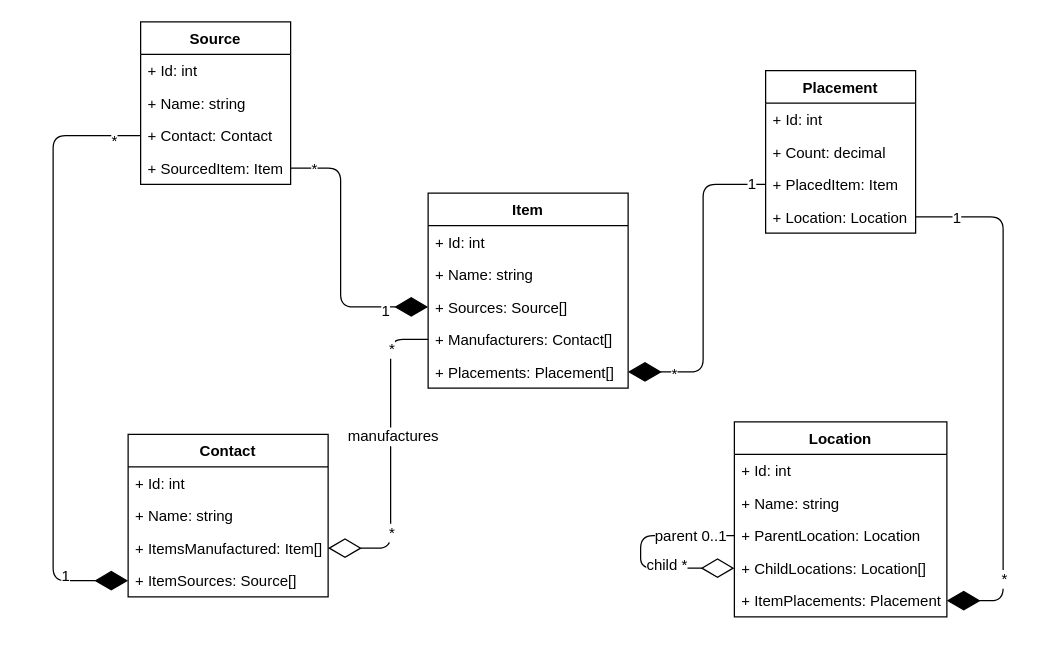
Technus/ItemDB keeps this draw.io diagram as DataClasses.drawio. Above is the earlier version. Source tidied: cells renumbered, new cells numbered last; positions are measured from the earlier drawing's top-left corner, leaving out a move shared by most shapes. Both pictures are drawn from the tidied source at 125%, with x=0, y=0 at pixel (52, 21).
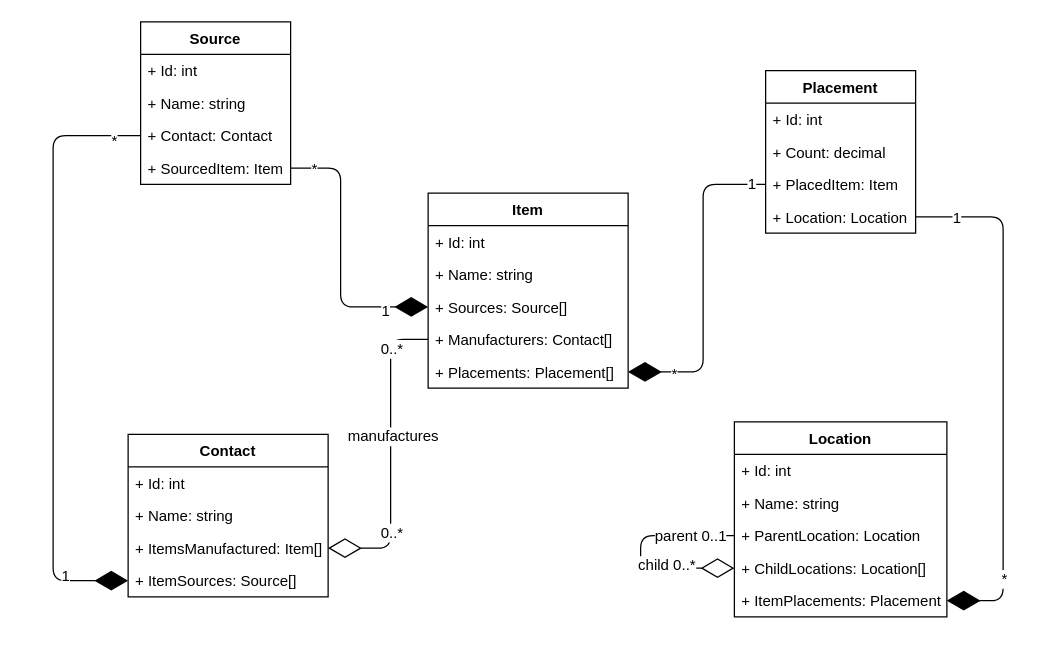
After the change.

The change refers to these unchanged cells:
```xml
<mxCell id="19" style="endArrow=diamondThin;endFill=0;endSize=24;html=1;entryX=0;entryY=0.5;entryDx=0;entryDy=0;exitX=0;exitY=0.5;exitDx=0;exitDy=0;" parent="13" edge="1" source="16" target="17">
  <mxGeometry relative="1" as="geometry">
    <Array as="points">
      <mxPoint x="-75" y="91" />
      <mxPoint x="-75" y="117" />
    </Array>
  </mxGeometry>
</mxCell>
<mxCell id="35" style="endArrow=none;endFill=0;endSize=24;html=1;exitX=1;exitY=0.5;exitDx=0;exitDy=0;entryX=0;entryY=0.5;entryDx=0;entryDy=0;startArrow=diamondThin;startFill=0;startSize=24;" parent="1" edge="1" source="5" target="11">
  <mxGeometry relative="1" as="geometry">
    <Array as="points">
      <mxPoint x="270" y="421" />
      <mxPoint x="270" y="254" />
    </Array>
  </mxGeometry>
</mxCell>
```

What changed in the source:
```diff
@@
-    <mxCell id="21" value="child *" style="text;html=1;align=center;verticalAlign=middle;labelBackgroundColor=#ffffff;" parent="19" vertex="1">
+    <mxCell id="21" value="child 0..*" style="text;html=1;align=center;verticalAlign=middle;labelBackgroundColor=#ffffff;" parent="19" vertex="1">
       <mxGeometry x="0.31" y="1" relative="1" as="geometry">
         <mxPoint x="6" y="-2" as="offset" />
       </mxGeometry>
     </mxCell>
@@
-    <mxCell id="36" value="*" style="text;html=1;align=center;verticalAlign=middle;labelBackgroundColor=#ffffff;" parent="35" vertex="1">
+    <mxCell id="36" value="0..*" style="text;html=1;align=center;verticalAlign=middle;labelBackgroundColor=#ffffff;" parent="35" vertex="1">
       <mxGeometry x="-0.78" y="-1" relative="1" as="geometry">
         <mxPoint x="23" y="-14" as="offset" />
       </mxGeometry>
     </mxCell>
-    <mxCell id="37" value="*" style="text;html=1;align=center;verticalAlign=middle;labelBackgroundColor=#ffffff;" parent="35" vertex="1">
+    <mxCell id="37" value="0..*" style="text;html=1;align=center;verticalAlign=middle;labelBackgroundColor=#ffffff;" parent="35" vertex="1">
       <mxGeometry x="0.68" y="1" relative="1" as="geometry">
         <mxPoint x="1" y="-3" as="offset" />
       </mxGeometry>
     </mxCell>
```
